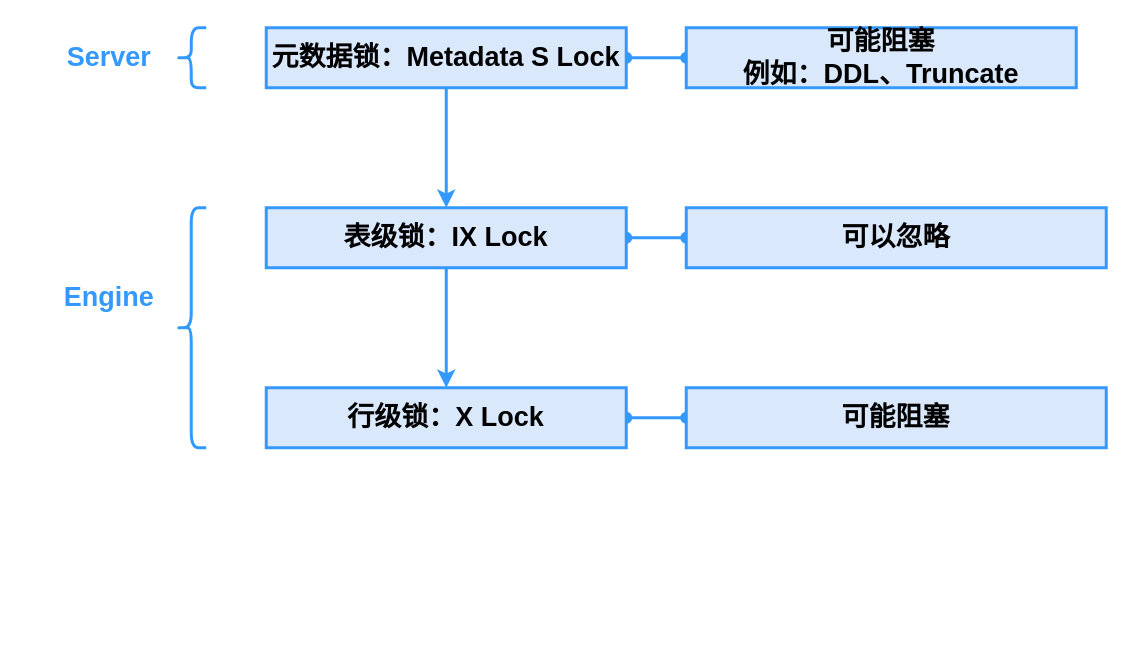
Earlier version of the draw.io diagram page "update lock" (7 of 11) of docs/MySQL.drawio (Khighness/bplustree). Source tidied: cells renumbered, new cells numbered last; positions are measured from the earlier drawing's top-left corner, leaving out a move shared by most shapes. Both pictures are drawn from the tidied source at 150%, with x=0, y=0 at pixel (48, 27).
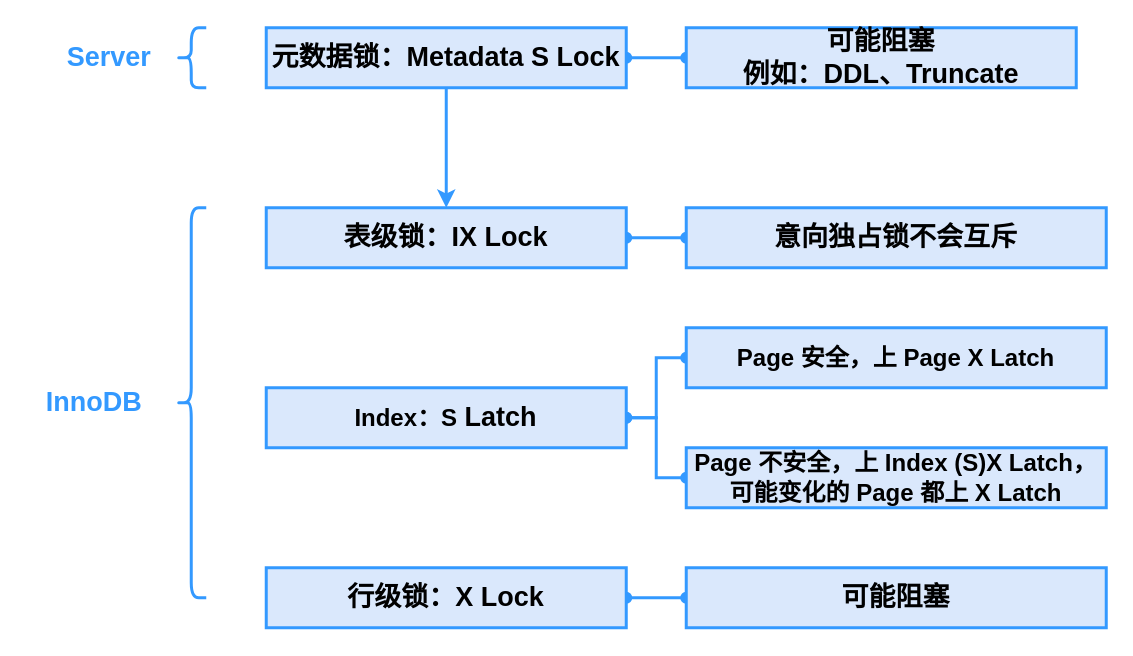
After the change.

The change refers to these unchanged cells:
```xml
<mxCell id="5" value="&lt;b&gt;&lt;font style=&quot;font-size: 18px&quot;&gt;表级锁：IX Lock&lt;/font&gt;&lt;/b&gt;" style="rounded=0;whiteSpace=wrap;html=1;fontSize=16;fillColor=#dae8fc;strokeColor=#3399FF;strokeWidth=2;" parent="1" vertex="1">
  <mxGeometry x="145" y="120" width="240" height="40" as="geometry" />
</mxCell>
```

Change to the diagram source:
```diff
@@
+    <mxCell id="17" style="edgeStyle=orthogonalEdgeStyle;rounded=0;jettySize=auto;html=1;strokeWidth=2;strokeColor=#3399FF;entryX=0;entryY=0.5;entryDx=0;entryDy=0;startArrow=oval;startFill=1;endArrow=oval;endFill=1;" parent="1" edge="1" source="7" target="21">
+      <mxGeometry relative="1" as="geometry" />
+    </mxCell>
-    <mxCell id="7" value="&lt;b&gt;&lt;font style=&quot;font-size: 18px&quot;&gt;行级锁：X Lock&lt;/font&gt;&lt;/b&gt;" style="rounded=0;whiteSpace=wrap;html=1;fontSize=16;fillColor=#dae8fc;strokeColor=#3399FF;strokeWidth=2;" parent="1" vertex="1">
+    <mxCell id="7" value="&lt;b&gt;Index：S&lt;/b&gt;&lt;b&gt;&lt;font style=&quot;font-size: 18px&quot;&gt;&amp;nbsp;Latch&lt;/font&gt;&lt;/b&gt;" style="rounded=0;whiteSpace=wrap;html=1;fontSize=16;fillColor=#dae8fc;strokeColor=#3399FF;strokeWidth=2;" parent="1" vertex="1">
       <mxGeometry x="145" y="240" width="240" height="40" as="geometry" />
     </mxCell>
@@
-    <mxCell id="9" value="&lt;b&gt;&lt;font style=&quot;font-size: 18px&quot;&gt;可能阻塞&lt;/font&gt;&lt;/b&gt;" style="rounded=0;whiteSpace=wrap;html=1;fontSize=16;fillColor=#dae8fc;strokeColor=#3399FF;strokeWidth=2;" parent="1" vertex="1">
-      <mxGeometry x="425" y="240" width="280" height="40" as="geometry" />
+    <mxCell id="9" value="&lt;b&gt;Page 安全，上 Page X Latch&lt;/b&gt;" style="rounded=0;whiteSpace=wrap;html=1;fontSize=16;fillColor=#dae8fc;strokeColor=#3399FF;strokeWidth=2;" parent="1" vertex="1">
+      <mxGeometry x="425" y="200" width="280" height="40" as="geometry" />
     </mxCell>
-    <mxCell id="10" style="endArrow=classic;html=1;strokeColor=#3399FF;strokeWidth=2;entryX=0.5;entryY=0;entryDx=0;entryDy=0;exitX=0.5;exitY=1;exitDx=0;exitDy=0;" parent="1" edge="1" source="5" target="7">
-      <mxGeometry relative="1" as="geometry" />
-    </mxCell>
@@
     <mxCell id="14" style="shape=curlyBracket;whiteSpace=wrap;html=1;rounded=1;strokeColor=#3399FF;strokeWidth=2;" parent="1" vertex="1">
-      <mxGeometry x="85" y="120" width="20" height="160" as="geometry" />
+      <mxGeometry x="85" y="120" width="20" height="260" as="geometry" />
     </mxCell>
-    <mxCell id="15" value="&lt;font style=&quot;font-size: 18px&quot; color=&quot;#3399ff&quot;&gt;&lt;b&gt;Engine&lt;/b&gt;&lt;/font&gt;" style="text;html=1;align=center;verticalAlign=middle;" parent="1" vertex="1">
-      <mxGeometry y="170" width="80" height="20" as="geometry" />
+    <mxCell id="15" value="&lt;font style=&quot;font-size: 18px&quot; color=&quot;#3399ff&quot;&gt;&lt;b&gt;InnoDB&lt;/b&gt;&lt;/font&gt;" style="text;html=1;align=center;verticalAlign=middle;" parent="1" vertex="1">
+      <mxGeometry x="-15" y="230" width="90" height="40" as="geometry" />
     </mxCell>
-    <mxCell id="16" value="&lt;b&gt;&lt;font style=&quot;font-size: 18px&quot;&gt;可以忽略&lt;/font&gt;&lt;/b&gt;" style="rounded=0;whiteSpace=wrap;html=1;fontSize=16;fillColor=#dae8fc;strokeColor=#3399FF;strokeWidth=2;" parent="1" vertex="1">
+    <mxCell id="16" value="&lt;span style=&quot;font-size: 18px;&quot;&gt;&lt;b&gt;意向独占锁不会互斥&lt;/b&gt;&lt;/span&gt;" style="rounded=0;whiteSpace=wrap;html=1;fontSize=16;fillColor=#dae8fc;strokeColor=#3399FF;strokeWidth=2;" parent="1" vertex="1">
       <mxGeometry x="425" y="120" width="280" height="40" as="geometry" />
     </mxCell>
+    <mxCell id="18" style="edgeStyle=orthogonalEdgeStyle;rounded=0;jettySize=auto;html=1;startArrow=oval;startFill=1;endArrow=oval;endFill=1;strokeColor=#3399FF;strokeWidth=2;" parent="1" edge="1" source="19" target="20">
+      <mxGeometry relative="1" as="geometry" />
+    </mxCell>
+    <mxCell id="19" value="&lt;b&gt;&lt;font style=&quot;font-size: 18px&quot;&gt;行级锁：X Lock&lt;/font&gt;&lt;/b&gt;" style="rounded=0;whiteSpace=wrap;html=1;fontSize=16;fillColor=#dae8fc;strokeColor=#3399FF;strokeWidth=2;" parent="1" vertex="1">
+      <mxGeometry x="145" y="360" width="240" height="40" as="geometry" />
+    </mxCell>
+    <mxCell id="20" value="&lt;b&gt;&lt;font style=&quot;font-size: 18px&quot;&gt;可能阻塞&lt;/font&gt;&lt;/b&gt;" style="rounded=0;whiteSpace=wrap;html=1;fontSize=16;fillColor=#dae8fc;strokeColor=#3399FF;strokeWidth=2;" parent="1" vertex="1">
+      <mxGeometry x="425" y="360" width="280" height="40" as="geometry" />
+    </mxCell>
+    <mxCell id="21" value="&lt;b&gt;Page 不安全，上 Index (S)X Latch，&lt;br&gt;可能变化的 Page 都上 X Latch&lt;br&gt;&lt;/b&gt;" style="rounded=0;whiteSpace=wrap;html=1;fontSize=16;fillColor=#dae8fc;strokeColor=#3399FF;strokeWidth=2;" parent="1" vertex="1">
+      <mxGeometry x="425" y="280" width="280" height="40" as="geometry" />
+    </mxCell>
```
